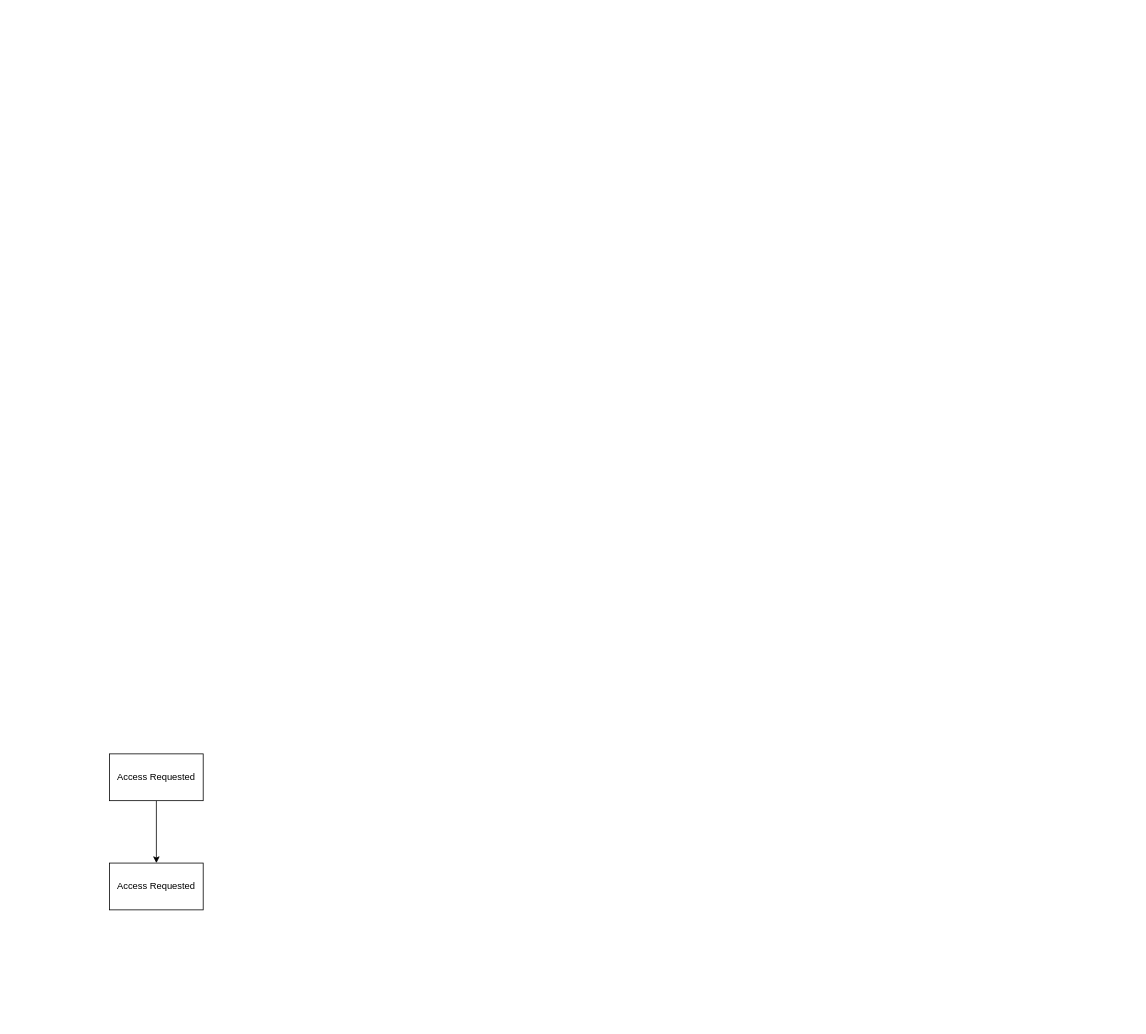
The draw.io diagram page "Access Request" (3 of 7) of Servicenow/IGA Data Modal.drawio in mukeshsingal/draw.io, before the edit. Source tidied: cells renumbered, new cells numbered last; positions are measured from the earlier drawing's top-left corner, leaving out a move shared by most shapes. Both pictures are drawn from the tidied source at 78%, with x=0, y=0 at pixel (109, 753).
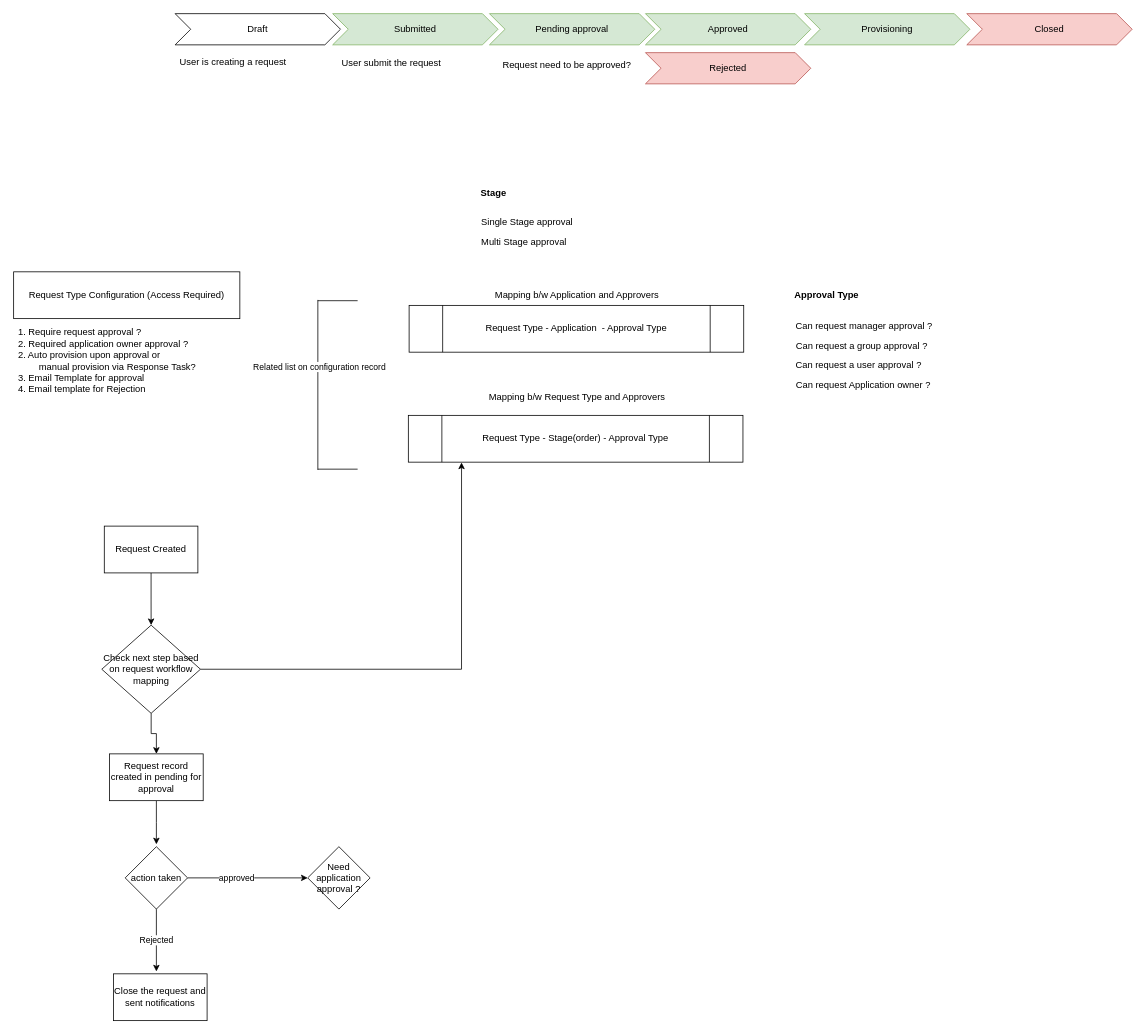
After the change.

Change to the diagram source:
```diff
@@
-    <mxCell id="2" style="edgeStyle=orthogonalEdgeStyle;rounded=0;jettySize=auto;html=1;" parent="1" edge="1" source="3" target="4">
-      <mxGeometry relative="1" as="geometry" />
+    <mxCell id="2" style="edgeStyle=orthogonalEdgeStyle;rounded=0;jettySize=auto;html=1;" parent="1" edge="1" source="3">
+      <mxGeometry relative="1" as="geometry">
+        <mxPoint x="60" y="116" as="targetPoint" />
+      </mxGeometry>
     </mxCell>
-    <mxCell id="3" value="Access Requested" style="rounded=0;whiteSpace=wrap;html=1;" parent="1" vertex="1">
+    <mxCell id="3" value="Request record created in pending for approval" style="rounded=0;whiteSpace=wrap;html=1;" parent="1" vertex="1">
       <mxGeometry width="120" height="60" as="geometry" />
     </mxCell>
-    <mxCell id="4" value="Access Requested" style="rounded=0;whiteSpace=wrap;html=1;" parent="1" vertex="1">
-      <mxGeometry y="140" width="120" height="60" as="geometry" />
-    </mxCell>
+    <mxCell id="5" value="Single Stage approval" style="text;html=1;align=center;verticalAlign=middle;strokeColor=none;fillColor=none;" parent="1" vertex="1">
+      <mxGeometry x="467" y="-695" width="135" height="26" as="geometry" />
+    </mxCell>
+    <mxCell id="6" value="Multi Stage approval" style="text;html=1;align=center;verticalAlign=middle;strokeColor=none;fillColor=none;" parent="1" vertex="1">
+      <mxGeometry x="467" y="-669" width="127" height="26" as="geometry" />
+    </mxCell>
+    <mxCell id="7" style="edgeStyle=orthogonalEdgeStyle;rounded=0;jettySize=auto;html=1;entryX=0.5;entryY=0;entryDx=0;entryDy=0;" parent="1" edge="1" source="8" target="11">
+      <mxGeometry relative="1" as="geometry" />
+    </mxCell>
+    <mxCell id="8" value="Request Created" style="rounded=0;whiteSpace=wrap;html=1;" parent="1" vertex="1">
+      <mxGeometry x="-6.8" y="-292" width="120" height="60" as="geometry" />
+    </mxCell>
+    <mxCell id="9" style="edgeStyle=orthogonalEdgeStyle;rounded=0;jettySize=auto;html=1;entryX=0.159;entryY=1.007;entryDx=0;entryDy=0;entryPerimeter=0;" parent="1" edge="1" source="11" target="15">
+      <mxGeometry relative="1" as="geometry" />
+    </mxCell>
+    <mxCell id="10" style="edgeStyle=orthogonalEdgeStyle;rounded=0;jettySize=auto;html=1;entryX=0.5;entryY=0;entryDx=0;entryDy=0;" parent="1" edge="1" source="11" target="3">
+      <mxGeometry relative="1" as="geometry" />
+    </mxCell>
+    <mxCell id="11" value="Check next step based on request workflow mapping" style="rhombus;whiteSpace=wrap;html=1;" parent="1" vertex="1">
+      <mxGeometry x="-10" y="-165" width="126.5" height="113" as="geometry" />
+    </mxCell>
+    <mxCell id="12" value="Can request manager approval ?&lt;br&gt;" style="text;html=1;align=center;verticalAlign=middle;strokeColor=none;fillColor=none;" parent="1" vertex="1">
+      <mxGeometry x="870" y="-561" width="193" height="26" as="geometry" />
+    </mxCell>
+    <mxCell id="13" value="Can request a group approval ?" style="text;html=1;align=center;verticalAlign=middle;strokeColor=none;fillColor=none;" parent="1" vertex="1">
+      <mxGeometry x="870" y="-535" width="187" height="26" as="geometry" />
+    </mxCell>
+    <mxCell id="14" value="Can request a user approval ?" style="text;html=1;align=center;verticalAlign=middle;strokeColor=none;fillColor=none;" parent="1" vertex="1">
+      <mxGeometry x="870" y="-511" width="179" height="26" as="geometry" />
+    </mxCell>
+    <mxCell id="15" value="Request Type - Stage(order) - Approval Type" style="shape=process;whiteSpace=wrap;html=1;backgroundOutline=1;" parent="1" vertex="1">
+      <mxGeometry x="383" y="-434" width="429" height="60" as="geometry" />
+    </mxCell>
+    <mxCell id="16" value="Mapping b/w Application and Approvers" style="text;html=1;align=center;verticalAlign=middle;strokeColor=none;fillColor=none;" parent="1" vertex="1">
+      <mxGeometry x="484.5" y="-601" width="228" height="26" as="geometry" />
+    </mxCell>
+    <mxCell id="17" value="Approval Type" style="text;html=1;align=center;verticalAlign=middle;strokeColor=none;fillColor=none;fontStyle=1;" parent="1" vertex="1">
+      <mxGeometry x="869" y="-601" width="100" height="26" as="geometry" />
+    </mxCell>
+    <mxCell id="18" value="Stage" style="text;html=1;align=center;verticalAlign=middle;strokeColor=none;fillColor=none;fontStyle=1;" parent="1" vertex="1">
+      <mxGeometry x="466" y="-732" width="51" height="26" as="geometry" />
+    </mxCell>
+    <mxCell id="19" value="Can request Application owner ?" style="text;html=1;align=center;verticalAlign=middle;strokeColor=none;fillColor=none;" parent="1" vertex="1">
+      <mxGeometry x="870" y="-485" width="191" height="26" as="geometry" />
+    </mxCell>
+    <mxCell id="20" value="Request Type - Application&amp;nbsp; - Approval Type" style="shape=process;whiteSpace=wrap;html=1;backgroundOutline=1;" parent="1" vertex="1">
+      <mxGeometry x="384" y="-575" width="429" height="60" as="geometry" />
+    </mxCell>
+    <mxCell id="21" value="Mapping b/w Request Type and Approvers" style="text;html=1;align=center;verticalAlign=middle;strokeColor=none;fillColor=none;" parent="1" vertex="1">
+      <mxGeometry x="476.5" y="-470" width="244" height="26" as="geometry" />
+    </mxCell>
+    <mxCell id="22" value="1. Require request approval ?&lt;br&gt;2. Required application owner approval ?&lt;br&gt;2. Auto provision upon approval or &lt;br&gt;&lt;span style=&quot;white-space: pre;&quot;&gt;&#9;&lt;/span&gt;manual provision via Response Task?&lt;br&gt;3. Email Template for approval&lt;br&gt;4. Email template for Rejection" style="text;html=1;align=left;verticalAlign=middle;strokeColor=none;fillColor=none;" parent="1" vertex="1">
+      <mxGeometry x="-119" y="-553" width="246" height="98" as="geometry" />
+    </mxCell>
+    <mxCell id="23" style="endArrow=none;html=1;rounded=0;" parent="1" edge="1">
+      <mxGeometry relative="1" as="geometry">
+        <mxPoint x="267" y="-364" as="sourcePoint" />
+        <mxPoint x="267" y="-582" as="targetPoint" />
+      </mxGeometry>
+    </mxCell>
+    <mxCell id="24" value="Related list on configuration record" style="edgeLabel;html=1;align=center;verticalAlign=middle;" parent="23" vertex="1">
+      <mxGeometry x="0.22" y="-1" relative="1" as="geometry" />
+    </mxCell>
+    <mxCell id="25" style="endArrow=none;html=1;rounded=0;" parent="1" edge="1">
+      <mxGeometry relative="1" as="geometry">
+        <mxPoint x="267" y="-581" as="sourcePoint" />
+        <mxPoint x="318" y="-581" as="targetPoint" />
+      </mxGeometry>
+    </mxCell>
+    <mxCell id="26" style="endArrow=none;html=1;rounded=0;" parent="1" edge="1">
+      <mxGeometry relative="1" as="geometry">
+        <mxPoint x="267" y="-365" as="sourcePoint" />
+        <mxPoint x="318" y="-365" as="targetPoint" />
+      </mxGeometry>
+    </mxCell>
+    <mxCell id="27" value="Request Type Configuration&amp;nbsp;(Access Required)" style="rounded=0;whiteSpace=wrap;html=1;" parent="1" vertex="1">
+      <mxGeometry x="-123" y="-618" width="290" height="60" as="geometry" />
+    </mxCell>
+    <mxCell id="28" style="edgeStyle=orthogonalEdgeStyle;rounded=0;jettySize=auto;html=1;" parent="1" edge="1" source="31" target="32">
+      <mxGeometry relative="1" as="geometry" />
+    </mxCell>
+    <mxCell id="29" value="approved" style="edgeLabel;html=1;align=center;verticalAlign=middle;" parent="28" vertex="1">
+      <mxGeometry x="-0.19" relative="1" as="geometry" />
+    </mxCell>
+    <mxCell id="30" value="Rejected" style="edgeStyle=orthogonalEdgeStyle;rounded=0;jettySize=auto;html=1;" parent="1" edge="1" source="31">
+      <mxGeometry relative="1" as="geometry">
+        <mxPoint x="60" y="279" as="targetPoint" />
+      </mxGeometry>
+    </mxCell>
+    <mxCell id="31" value="action taken" style="rhombus;whiteSpace=wrap;html=1;" parent="1" vertex="1">
+      <mxGeometry x="20" y="119" width="80" height="80" as="geometry" />
+    </mxCell>
+    <mxCell id="32" value="Need application approval ?" style="rhombus;whiteSpace=wrap;html=1;" parent="1" vertex="1">
+      <mxGeometry x="254" y="119" width="80" height="80" as="geometry" />
+    </mxCell>
+    <mxCell id="33" value="Close the request and sent notifications" style="rounded=0;whiteSpace=wrap;html=1;" parent="1" vertex="1">
+      <mxGeometry x="5" y="282" width="120" height="60" as="geometry" />
+    </mxCell>
+    <mxCell id="34" value="Draft" style="shape=step;perimeter=stepPerimeter;whiteSpace=wrap;html=1;fixedSize=1;" parent="1" vertex="1">
+      <mxGeometry x="84" y="-949" width="212" height="40" as="geometry" />
+    </mxCell>
+    <mxCell id="35" value="Submitted" style="shape=step;perimeter=stepPerimeter;whiteSpace=wrap;html=1;fixedSize=1;fillColor=#d5e8d4;strokeColor=#82b366;" parent="1" vertex="1">
+      <mxGeometry x="286" y="-949" width="212" height="40" as="geometry" />
+    </mxCell>
+    <mxCell id="36" value="User is creating a request" style="text;html=1;align=center;verticalAlign=middle;strokeColor=none;fillColor=none;" parent="1" vertex="1">
+      <mxGeometry x="80" y="-900" width="155" height="26" as="geometry" />
+    </mxCell>
+    <mxCell id="37" value="User submit the request" style="text;html=1;align=center;verticalAlign=middle;strokeColor=none;fillColor=none;" parent="1" vertex="1">
+      <mxGeometry x="288" y="-898" width="145" height="26" as="geometry" />
+    </mxCell>
+    <mxCell id="38" value="Pending approval" style="shape=step;perimeter=stepPerimeter;whiteSpace=wrap;html=1;fixedSize=1;fillColor=#d5e8d4;strokeColor=#82b366;" parent="1" vertex="1">
+      <mxGeometry x="487" y="-949" width="212" height="40" as="geometry" />
+    </mxCell>
+    <mxCell id="39" value="Request need to be approved?" style="text;html=1;align=center;verticalAlign=middle;strokeColor=none;fillColor=none;" parent="1" vertex="1">
+      <mxGeometry x="494" y="-896" width="183" height="26" as="geometry" />
+    </mxCell>
+    <mxCell id="40" value="Approved" style="shape=step;perimeter=stepPerimeter;whiteSpace=wrap;html=1;fixedSize=1;fillColor=#d5e8d4;strokeColor=#82b366;" parent="1" vertex="1">
+      <mxGeometry x="687" y="-949" width="212" height="40" as="geometry" />
+    </mxCell>
+    <mxCell id="41" value="Provisioning" style="shape=step;perimeter=stepPerimeter;whiteSpace=wrap;html=1;fixedSize=1;fillColor=#d5e8d4;strokeColor=#82b366;" parent="1" vertex="1">
+      <mxGeometry x="891" y="-949" width="212" height="40" as="geometry" />
+    </mxCell>
+    <mxCell id="42" value="Rejected" style="shape=step;perimeter=stepPerimeter;whiteSpace=wrap;html=1;fixedSize=1;fillColor=#f8cecc;strokeColor=#b85450;" parent="1" vertex="1">
+      <mxGeometry x="687" y="-899" width="212" height="40" as="geometry" />
+    </mxCell>
+    <mxCell id="43" value="Closed" style="shape=step;perimeter=stepPerimeter;whiteSpace=wrap;html=1;fixedSize=1;fillColor=#f8cecc;strokeColor=#b85450;" parent="1" vertex="1">
+      <mxGeometry x="1099" y="-949" width="212" height="40" as="geometry" />
+    </mxCell>
```
